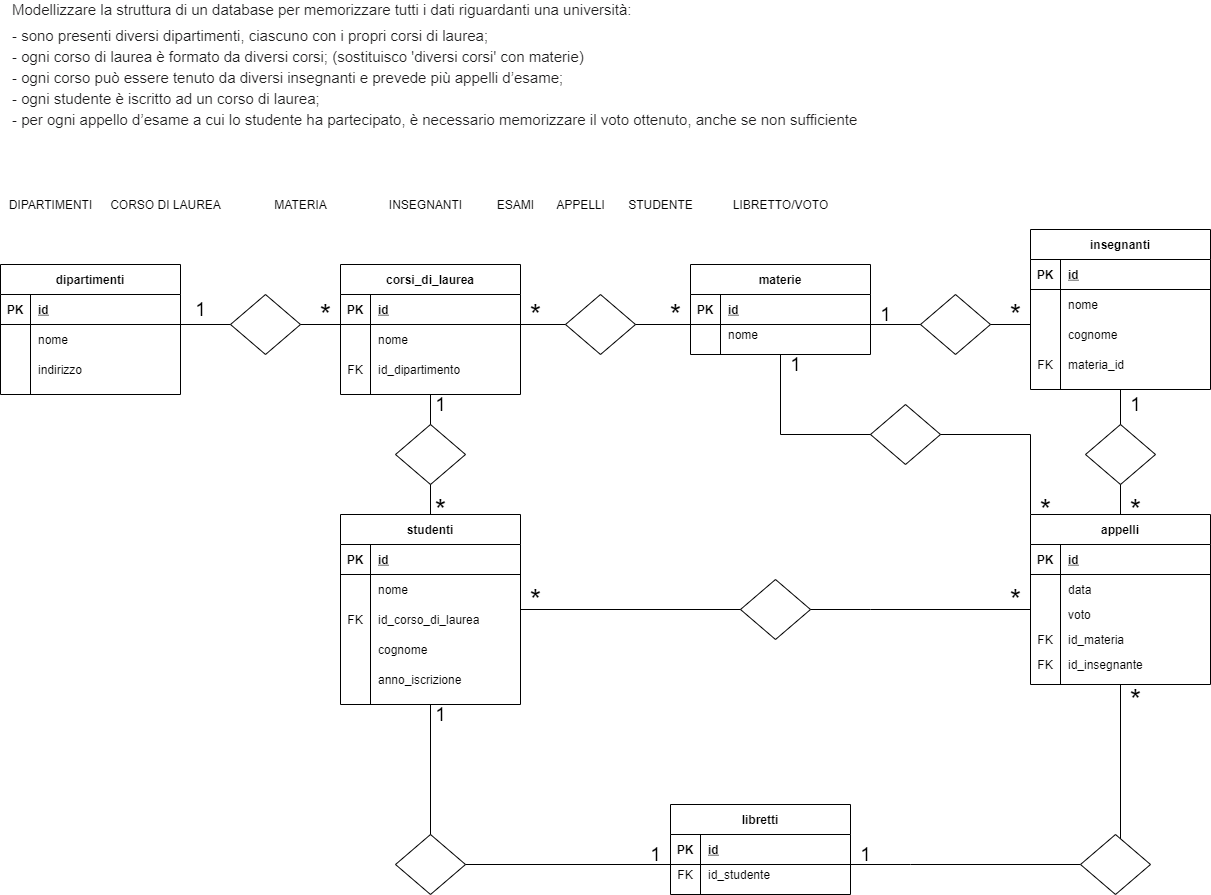
This is diagramma-db-university.png from emmepi92/db-university, a draw.io export, as it was before one commit. Source tidied: cells renumbered, new cells last; positions are measured from the earlier drawing's top-left corner, leaving out a move shared by most shapes.
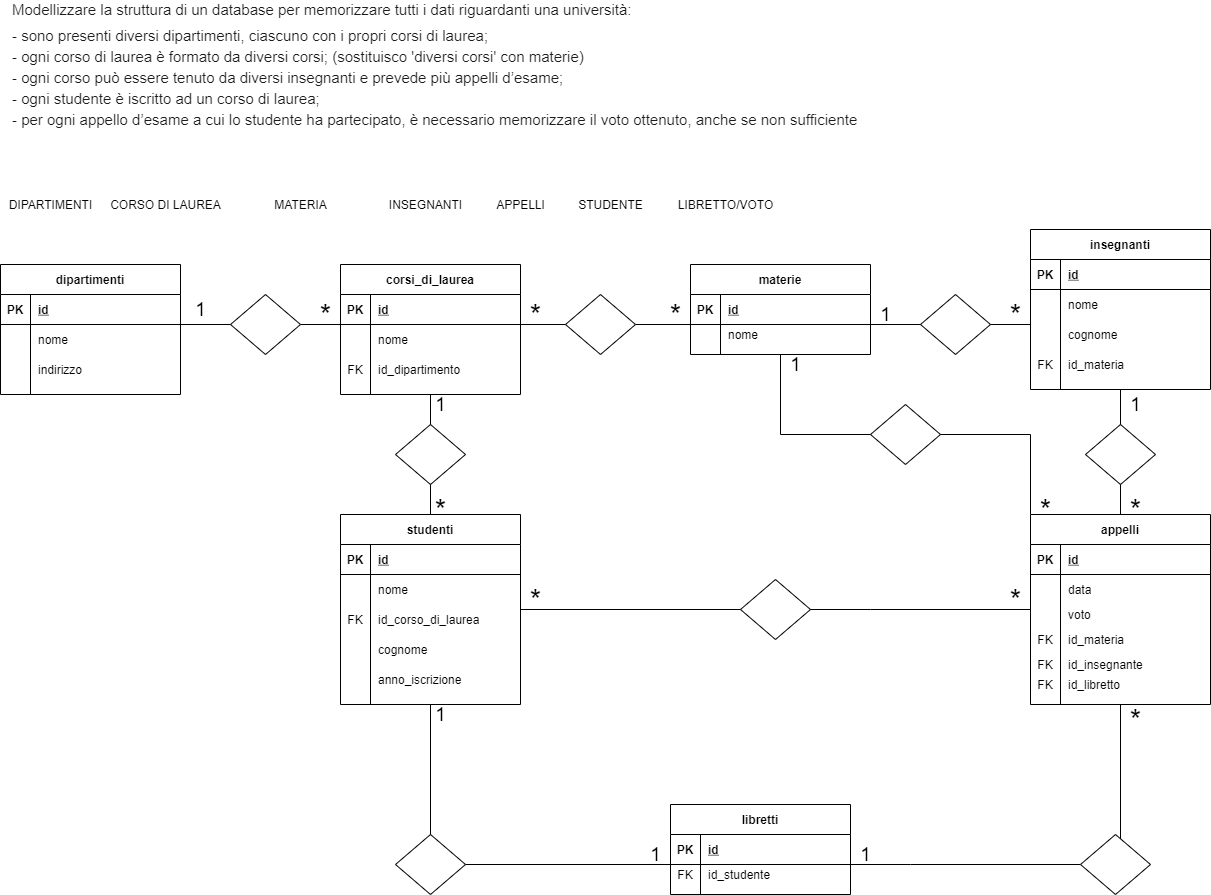
The same diagram one commit later.

What changed in the source:
```diff
@@ -17,17 +17,14 @@
     <mxCell id="6" value="INSEGNANTI&lt;span style=&quot;color: rgba(0 , 0 , 0 , 0) ; font-family: monospace ; font-size: 0px&quot;&gt;%3CmxGraphModel%3E%3Croot%3E%3CmxCell%20id%3D%220%22%2F%3E%3CmxCell%20id%3D%221%22%20parent%3D%220%22%2F%3E%3CmxCell%20id%3D%222%22%20value%3D%22DIPARTIMENTI%26lt%3Bbr%26gt%3B%22%20style%3D%22text%3Bhtml%3D1%3Balign%3Dcenter%3BverticalAlign%3Dmiddle%3Bresizable%3D0%3Bpoints%3D%5B%5D%3Bautosize%3D1%3BstrokeColor%3Dnone%3B%22%20vertex%3D%221%22%20parent%3D%221%22%3E%3CmxGeometry%20x%3D%2210%22%20y%3D%22210%22%20width%3D%22100%22%20height%3D%2220%22%20as%3D%22geometry%22%2F%3E%3C%2FmxCell%3E%3C%2Froot%3E%3C%2FmxGraphModel%3E&lt;/span&gt;" style="text;html=1;align=center;verticalAlign=middle;strokeColor=none;" parent="1" vertex="1">
       <mxGeometry x="380" y="180" width="90" height="20" as="geometry" />
     </mxCell>
-    <mxCell id="7" value="ESAMI&lt;br&gt;" style="text;html=1;align=center;verticalAlign=middle;strokeColor=none;" parent="1" vertex="1">
-      <mxGeometry x="490" y="180" width="50" height="20" as="geometry" />
-    </mxCell>
     <mxCell id="8" value="APPELLI" style="text;html=1;align=center;verticalAlign=middle;strokeColor=none;" parent="1" vertex="1">
-      <mxGeometry x="550" y="180" width="60" height="20" as="geometry" />
+      <mxGeometry x="490" y="180" width="60" height="20" as="geometry" />
     </mxCell>
     <mxCell id="9" value="STUDENTE" style="text;html=1;align=center;verticalAlign=middle;strokeColor=none;" parent="1" vertex="1">
-      <mxGeometry x="620" y="180" width="80" height="20" as="geometry" />
+      <mxGeometry x="570" y="180" width="80" height="20" as="geometry" />
     </mxCell>
     <mxCell id="10" value="LIBRETTO/VOTO" style="text;html=1;align=center;verticalAlign=middle;strokeColor=none;" parent="1" vertex="1">
-      <mxGeometry x="725" y="180" width="110" height="20" as="geometry" />
+      <mxGeometry x="670" y="180" width="110" height="20" as="geometry" />
     </mxCell>
     <mxCell id="11" style="edgeStyle=orthogonalEdgeStyle;rounded=0;jettySize=auto;html=1;endArrow=none;endFill=0;" parent="1" edge="1" source="12" target="27">
       <mxGeometry relative="1" as="geometry">
@@ -168,7 +165,7 @@
     <mxCell id="53" value="FK" style="shape=partialRectangle;fillColor=none;top=0;left=0;bottom=0;right=0;overflow=hidden;" parent="52" vertex="1">
       <mxGeometry width="30" height="30" as="geometry" />
     </mxCell>
-    <mxCell id="54" value="materia_id" style="shape=partialRectangle;fillColor=none;top=0;left=0;bottom=0;right=0;align=left;spacingLeft=6;overflow=hidden;" parent="52" vertex="1">
+    <mxCell id="54" value="id_materia" style="shape=partialRectangle;fillColor=none;top=0;left=0;bottom=0;right=0;align=left;spacingLeft=6;overflow=hidden;" parent="52" vertex="1">
       <mxGeometry x="30" width="150" height="30" as="geometry" />
     </mxCell>
     <mxCell id="55" style="edgeStyle=orthogonalEdgeStyle;rounded=0;jettySize=auto;html=1;endArrow=none;endFill=0;startArrow=none;" parent="1" edge="1" source="119" target="109">
@@ -180,7 +177,7 @@
       </mxGeometry>
     </mxCell>
     <mxCell id="56" value="appelli" style="shape=table;startSize=30;rowLines=0;fontStyle=1;align=center;" parent="1" vertex="1">
-      <mxGeometry x="1030" y="500" width="180" height="170" as="geometry" />
+      <mxGeometry x="1030" y="500" width="180" height="190" as="geometry" />
     </mxCell>
     <mxCell id="57" style="shape=partialRectangle;fillColor=none;top=0;left=0;bottom=1;right=0;" parent="56" vertex="1">
       <mxGeometry y="30" width="180" height="30" as="geometry" />
@@ -227,6 +224,15 @@
     <mxCell id="71" value="id_insegnante" style="shape=partialRectangle;fillColor=none;top=0;left=0;bottom=0;right=0;align=left;spacingLeft=6;overflow=hidden;" parent="69" vertex="1">
       <mxGeometry x="30" width="150" height="20" as="geometry" />
     </mxCell>
+    <mxCell id="127" style="shape=partialRectangle;fillColor=none;top=0;left=0;bottom=0;right=0;" parent="56" vertex="1">
+      <mxGeometry y="160" width="180" height="20" as="geometry" />
+    </mxCell>
+    <mxCell id="128" value="FK" style="shape=partialRectangle;fillColor=none;top=0;left=0;bottom=0;right=0;overflow=hidden;" parent="127" vertex="1">
+      <mxGeometry width="30" height="20" as="geometry" />
+    </mxCell>
+    <mxCell id="129" value="id_libretto" style="shape=partialRectangle;fillColor=none;top=0;left=0;bottom=0;right=0;align=left;spacingLeft=6;overflow=hidden;" parent="127" vertex="1">
+      <mxGeometry x="30" width="150" height="20" as="geometry" />
+    </mxCell>
     <mxCell id="72" style="edgeStyle=orthogonalEdgeStyle;rounded=0;jettySize=auto;html=1;endArrow=none;endFill=0;" parent="1" edge="1" source="73" target="56">
       <mxGeometry relative="1" as="geometry">
         <Array as="points">
@@ -406,7 +412,7 @@
       <mxGeometry x="520" y="570" width="30" height="30" as="geometry" />
     </mxCell>
     <mxCell id="124" value="&lt;font style=&quot;font-size: 29px&quot;&gt;*&lt;/font&gt;" style="text;html=1;align=center;verticalAlign=middle;strokeColor=none;" parent="1" vertex="1">
-      <mxGeometry x="1120" y="670" width="30" height="30" as="geometry" />
+      <mxGeometry x="1120" y="690" width="30" height="30" as="geometry" />
     </mxCell>
     <mxCell id="125" value="&lt;font style=&quot;font-size: 19px&quot;&gt;1&lt;/font&gt;" style="text;html=1;align=center;verticalAlign=middle;strokeColor=none;" parent="1" vertex="1">
       <mxGeometry x="850" y="830" width="30" height="20" as="geometry" />
```
